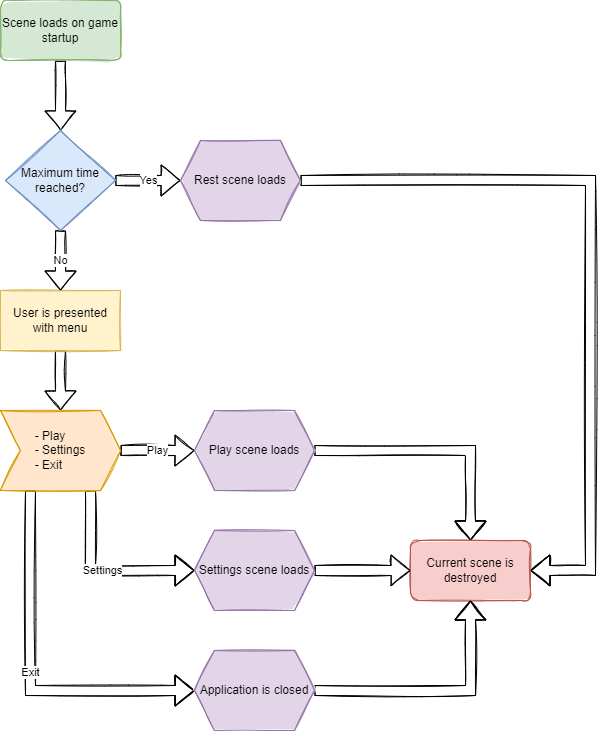
Above: Design/FlowDiagrams/HomeSceneFlow.png in zkturman/LumberTim (draw.io), before the change. Source tidied: cells renumbered, new cells last; positions are measured from the earlier drawing's top-left corner, leaving out a move shared by most shapes. The source it was exported from:
```xml
<mxGraphModel>
  <root>
    <mxCell id="0" />
    <mxCell id="1" parent="0" />
    <mxCell id="2" style="edgeStyle=orthogonalEdgeStyle;shape=flexArrow;rounded=0;sketch=1;jettySize=auto;html=1;exitX=0.5;exitY=1;exitDx=0;exitDy=0;entryX=0.5;entryY=0;entryDx=0;entryDy=0;" parent="1" edge="1" source="3" target="19">
      <mxGeometry relative="1" as="geometry" />
    </mxCell>
    <mxCell id="3" value="Scene loads on game startup" style="rounded=1;whiteSpace=wrap;html=1;fillColor=#d5e8d4;strokeColor=#82b366;sketch=1;fillStyle=solid;" parent="1" vertex="1">
      <mxGeometry width="120" height="60" as="geometry" />
    </mxCell>
    <mxCell id="4" style="edgeStyle=orthogonalEdgeStyle;shape=flexArrow;rounded=0;sketch=1;jettySize=auto;html=1;strokeColor=default;entryX=0.5;entryY=0;entryDx=0;entryDy=0;" parent="1" edge="1" source="5" target="9">
      <mxGeometry relative="1" as="geometry" />
    </mxCell>
    <mxCell id="5" value="User is presented with menu" style="rounded=0;whiteSpace=wrap;html=1;sketch=1;fillStyle=solid;fillColor=#fff2cc;strokeColor=#d6b656;" parent="1" vertex="1">
      <mxGeometry y="290" width="120" height="60" as="geometry" />
    </mxCell>
    <mxCell id="6" value="Play" style="edgeStyle=orthogonalEdgeStyle;rounded=0;jettySize=auto;html=1;exitX=1;exitY=0.5;exitDx=0;exitDy=0;entryX=0;entryY=0.5;entryDx=0;entryDy=0;shape=flexArrow;sketch=1;" parent="1" edge="1" source="9" target="11">
      <mxGeometry relative="1" as="geometry" />
    </mxCell>
    <mxCell id="7" value="Settings" style="edgeStyle=orthogonalEdgeStyle;shape=flexArrow;rounded=0;sketch=1;jettySize=auto;html=1;exitX=0.75;exitY=1;exitDx=0;exitDy=0;entryX=0;entryY=0.5;entryDx=0;entryDy=0;" parent="1" edge="1" source="9" target="14">
      <mxGeometry relative="1" as="geometry" />
    </mxCell>
    <mxCell id="8" value="Exit" style="edgeStyle=orthogonalEdgeStyle;shape=flexArrow;rounded=0;sketch=1;jettySize=auto;html=1;exitX=0.25;exitY=1;exitDx=0;exitDy=0;entryX=0;entryY=0.5;entryDx=0;entryDy=0;" parent="1" edge="1" source="9" target="16">
      <mxGeometry relative="1" as="geometry" />
    </mxCell>
    <mxCell id="9" value="&lt;div style=&quot;text-align: left&quot;&gt;&lt;span&gt;- Play&lt;/span&gt;&lt;br&gt;&lt;span&gt;- Settings&lt;/span&gt;&lt;br&gt;&lt;span&gt;- Exit&lt;/span&gt;&lt;br&gt;&lt;/div&gt;" style="shape=step;perimeter=stepPerimeter;whiteSpace=wrap;html=1;fixedSize=1;sketch=1;fillStyle=solid;fillColor=#ffe6cc;strokeColor=#d79b00;" parent="1" vertex="1">
      <mxGeometry y="410" width="120" height="80" as="geometry" />
    </mxCell>
    <mxCell id="10" style="edgeStyle=orthogonalEdgeStyle;shape=flexArrow;rounded=0;sketch=1;jettySize=auto;html=1;exitX=1;exitY=0.5;exitDx=0;exitDy=0;entryX=0.5;entryY=0;entryDx=0;entryDy=0;" parent="1" edge="1" source="11" target="12">
      <mxGeometry relative="1" as="geometry" />
    </mxCell>
    <mxCell id="11" value="Play scene loads" style="shape=hexagon;perimeter=hexagonPerimeter2;whiteSpace=wrap;html=1;fixedSize=1;sketch=1;fillStyle=solid;fillColor=#e1d5e7;strokeColor=#9673a6;" parent="1" vertex="1">
      <mxGeometry x="194" y="410" width="120" height="80" as="geometry" />
    </mxCell>
    <mxCell id="12" value="Current scene is destroyed" style="rounded=1;whiteSpace=wrap;html=1;fillColor=#f8cecc;strokeColor=#b85450;sketch=1;fillStyle=solid;" parent="1" vertex="1">
      <mxGeometry x="410" y="540" width="120" height="60" as="geometry" />
    </mxCell>
    <mxCell id="13" style="edgeStyle=orthogonalEdgeStyle;shape=flexArrow;rounded=0;sketch=1;jettySize=auto;html=1;exitX=1;exitY=0.5;exitDx=0;exitDy=0;entryX=0;entryY=0.5;entryDx=0;entryDy=0;" parent="1" edge="1" source="14" target="12">
      <mxGeometry relative="1" as="geometry" />
    </mxCell>
    <mxCell id="14" value="Settings scene loads" style="shape=hexagon;perimeter=hexagonPerimeter2;whiteSpace=wrap;html=1;fixedSize=1;sketch=1;fillStyle=solid;fillColor=#e1d5e7;strokeColor=#9673a6;" parent="1" vertex="1">
      <mxGeometry x="194" y="530" width="120" height="80" as="geometry" />
    </mxCell>
    <mxCell id="15" style="edgeStyle=orthogonalEdgeStyle;shape=flexArrow;rounded=0;sketch=1;jettySize=auto;html=1;exitX=1;exitY=0.5;exitDx=0;exitDy=0;entryX=0.5;entryY=1;entryDx=0;entryDy=0;" parent="1" edge="1" source="16" target="12">
      <mxGeometry relative="1" as="geometry" />
    </mxCell>
    <mxCell id="16" value="Application is closed" style="shape=hexagon;perimeter=hexagonPerimeter2;whiteSpace=wrap;html=1;fixedSize=1;sketch=1;fillStyle=solid;fillColor=#e1d5e7;strokeColor=#9673a6;" parent="1" vertex="1">
      <mxGeometry x="194" y="650" width="120" height="80" as="geometry" />
    </mxCell>
    <mxCell id="17" value="No" style="edgeStyle=orthogonalEdgeStyle;shape=flexArrow;rounded=0;sketch=1;jettySize=auto;html=1;exitX=0.5;exitY=1;exitDx=0;exitDy=0;entryX=0.5;entryY=0;entryDx=0;entryDy=0;" parent="1" edge="1" source="19" target="5">
      <mxGeometry relative="1" as="geometry" />
    </mxCell>
    <mxCell id="18" value="Yes" style="edgeStyle=orthogonalEdgeStyle;shape=flexArrow;rounded=0;sketch=1;jettySize=auto;html=1;exitX=1;exitY=0.5;exitDx=0;exitDy=0;" parent="1" edge="1" source="19">
      <mxGeometry relative="1" as="geometry">
        <mxPoint x="180" y="180" as="targetPoint" />
      </mxGeometry>
    </mxCell>
    <mxCell id="19" value="Maximum time reached?" style="rhombus;whiteSpace=wrap;html=1;fillColor=#dae8fc;strokeColor=#6c8ebf;rounded=0;sketch=1;fillStyle=solid;" parent="1" vertex="1">
      <mxGeometry x="5" y="130" width="110" height="100" as="geometry" />
    </mxCell>
    <mxCell id="20" style="edgeStyle=orthogonalEdgeStyle;shape=flexArrow;rounded=0;sketch=1;jettySize=auto;html=1;exitX=1;exitY=0.5;exitDx=0;exitDy=0;entryX=1;entryY=0.5;entryDx=0;entryDy=0;" parent="1" edge="1" source="21" target="12">
      <mxGeometry relative="1" as="geometry">
        <Array as="points">
          <mxPoint x="590" y="180" />
          <mxPoint x="590" y="570" />
        </Array>
      </mxGeometry>
    </mxCell>
    <mxCell id="21" value="Rest scene loads" style="shape=hexagon;perimeter=hexagonPerimeter2;whiteSpace=wrap;html=1;fixedSize=1;sketch=1;fillStyle=solid;fillColor=#e1d5e7;strokeColor=#9673a6;" parent="1" vertex="1">
      <mxGeometry x="180" y="140" width="120" height="80" as="geometry" />
    </mxCell>
  </root>
</mxGraphModel>
```
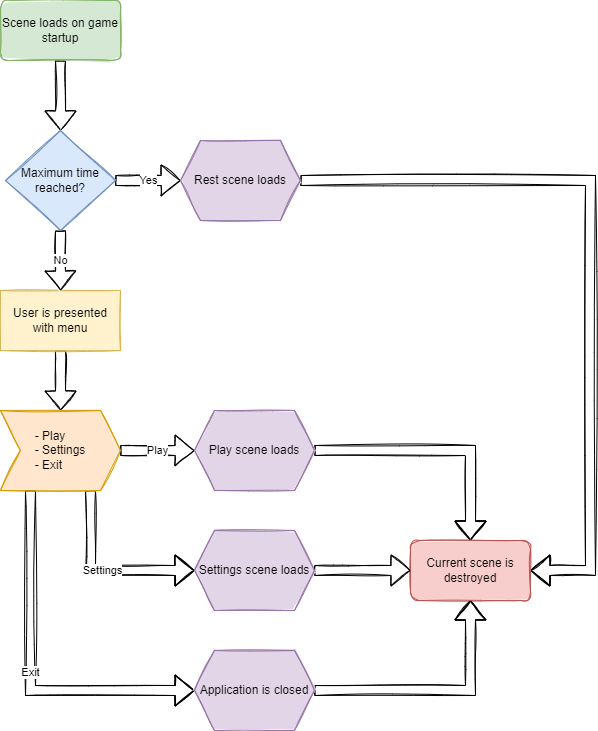
After the commit.

Commit message:
updating flow templates

The edit, as a diff of the source:
```diff
@@ -2,31 +2,31 @@
   <root>
     <mxCell id="0" />
     <mxCell id="1" parent="0" />
-    <mxCell id="2" style="edgeStyle=orthogonalEdgeStyle;shape=flexArrow;rounded=0;sketch=1;jettySize=auto;html=1;exitX=0.5;exitY=1;exitDx=0;exitDy=0;entryX=0.5;entryY=0;entryDx=0;entryDy=0;" parent="1" edge="1" source="3" target="19">
+    <mxCell id="2" style="edgeStyle=orthogonalEdgeStyle;shape=flexArrow;rounded=0;sketch=1;jettySize=auto;html=1;exitX=0.5;exitY=1;exitDx=0;exitDy=0;entryX=0.5;entryY=0;entryDx=0;entryDy=0;fillColor=default;" parent="1" edge="1" source="3" target="19">
       <mxGeometry relative="1" as="geometry" />
     </mxCell>
     <mxCell id="3" value="Scene loads on game startup" style="rounded=1;whiteSpace=wrap;html=1;fillColor=#d5e8d4;strokeColor=#82b366;sketch=1;fillStyle=solid;" parent="1" vertex="1">
       <mxGeometry width="120" height="60" as="geometry" />
     </mxCell>
-    <mxCell id="4" style="edgeStyle=orthogonalEdgeStyle;shape=flexArrow;rounded=0;sketch=1;jettySize=auto;html=1;strokeColor=default;entryX=0.5;entryY=0;entryDx=0;entryDy=0;" parent="1" edge="1" source="5" target="9">
+    <mxCell id="4" style="edgeStyle=orthogonalEdgeStyle;shape=flexArrow;rounded=0;sketch=1;jettySize=auto;html=1;strokeColor=default;entryX=0.5;entryY=0;entryDx=0;entryDy=0;fillColor=default;" parent="1" edge="1" source="5" target="9">
       <mxGeometry relative="1" as="geometry" />
     </mxCell>
     <mxCell id="5" value="User is presented with menu" style="rounded=0;whiteSpace=wrap;html=1;sketch=1;fillStyle=solid;fillColor=#fff2cc;strokeColor=#d6b656;" parent="1" vertex="1">
       <mxGeometry y="290" width="120" height="60" as="geometry" />
     </mxCell>
-    <mxCell id="6" value="Play" style="edgeStyle=orthogonalEdgeStyle;rounded=0;jettySize=auto;html=1;exitX=1;exitY=0.5;exitDx=0;exitDy=0;entryX=0;entryY=0.5;entryDx=0;entryDy=0;shape=flexArrow;sketch=1;" parent="1" edge="1" source="9" target="11">
+    <mxCell id="6" value="Play" style="edgeStyle=orthogonalEdgeStyle;rounded=0;jettySize=auto;html=1;exitX=1;exitY=0.5;exitDx=0;exitDy=0;entryX=0;entryY=0.5;entryDx=0;entryDy=0;shape=flexArrow;sketch=1;fillColor=default;" parent="1" edge="1" source="9" target="11">
       <mxGeometry relative="1" as="geometry" />
     </mxCell>
-    <mxCell id="7" value="Settings" style="edgeStyle=orthogonalEdgeStyle;shape=flexArrow;rounded=0;sketch=1;jettySize=auto;html=1;exitX=0.75;exitY=1;exitDx=0;exitDy=0;entryX=0;entryY=0.5;entryDx=0;entryDy=0;" parent="1" edge="1" source="9" target="14">
+    <mxCell id="7" value="Settings" style="edgeStyle=orthogonalEdgeStyle;shape=flexArrow;rounded=0;sketch=1;jettySize=auto;html=1;exitX=0.75;exitY=1;exitDx=0;exitDy=0;entryX=0;entryY=0.5;entryDx=0;entryDy=0;fillColor=default;" parent="1" edge="1" source="9" target="14">
       <mxGeometry relative="1" as="geometry" />
     </mxCell>
-    <mxCell id="8" value="Exit" style="edgeStyle=orthogonalEdgeStyle;shape=flexArrow;rounded=0;sketch=1;jettySize=auto;html=1;exitX=0.25;exitY=1;exitDx=0;exitDy=0;entryX=0;entryY=0.5;entryDx=0;entryDy=0;" parent="1" edge="1" source="9" target="16">
+    <mxCell id="8" value="Exit" style="edgeStyle=orthogonalEdgeStyle;shape=flexArrow;rounded=0;sketch=1;jettySize=auto;html=1;exitX=0.25;exitY=1;exitDx=0;exitDy=0;entryX=0;entryY=0.5;entryDx=0;entryDy=0;fillColor=default;" parent="1" edge="1" source="9" target="16">
       <mxGeometry relative="1" as="geometry" />
     </mxCell>
     <mxCell id="9" value="&lt;div style=&quot;text-align: left&quot;&gt;&lt;span&gt;- Play&lt;/span&gt;&lt;br&gt;&lt;span&gt;- Settings&lt;/span&gt;&lt;br&gt;&lt;span&gt;- Exit&lt;/span&gt;&lt;br&gt;&lt;/div&gt;" style="shape=step;perimeter=stepPerimeter;whiteSpace=wrap;html=1;fixedSize=1;sketch=1;fillStyle=solid;fillColor=#ffe6cc;strokeColor=#d79b00;" parent="1" vertex="1">
       <mxGeometry y="410" width="120" height="80" as="geometry" />
     </mxCell>
-    <mxCell id="10" style="edgeStyle=orthogonalEdgeStyle;shape=flexArrow;rounded=0;sketch=1;jettySize=auto;html=1;exitX=1;exitY=0.5;exitDx=0;exitDy=0;entryX=0.5;entryY=0;entryDx=0;entryDy=0;" parent="1" edge="1" source="11" target="12">
+    <mxCell id="10" style="edgeStyle=orthogonalEdgeStyle;shape=flexArrow;rounded=0;sketch=1;jettySize=auto;html=1;exitX=1;exitY=0.5;exitDx=0;exitDy=0;entryX=0.5;entryY=0;entryDx=0;entryDy=0;fillColor=default;" parent="1" edge="1" source="11" target="12">
       <mxGeometry relative="1" as="geometry" />
     </mxCell>
     <mxCell id="11" value="Play scene loads" style="shape=hexagon;perimeter=hexagonPerimeter2;whiteSpace=wrap;html=1;fixedSize=1;sketch=1;fillStyle=solid;fillColor=#e1d5e7;strokeColor=#9673a6;" parent="1" vertex="1">
@@ -35,22 +35,22 @@
     <mxCell id="12" value="Current scene is destroyed" style="rounded=1;whiteSpace=wrap;html=1;fillColor=#f8cecc;strokeColor=#b85450;sketch=1;fillStyle=solid;" parent="1" vertex="1">
       <mxGeometry x="410" y="540" width="120" height="60" as="geometry" />
     </mxCell>
-    <mxCell id="13" style="edgeStyle=orthogonalEdgeStyle;shape=flexArrow;rounded=0;sketch=1;jettySize=auto;html=1;exitX=1;exitY=0.5;exitDx=0;exitDy=0;entryX=0;entryY=0.5;entryDx=0;entryDy=0;" parent="1" edge="1" source="14" target="12">
+    <mxCell id="13" style="edgeStyle=orthogonalEdgeStyle;shape=flexArrow;rounded=0;sketch=1;jettySize=auto;html=1;exitX=1;exitY=0.5;exitDx=0;exitDy=0;entryX=0;entryY=0.5;entryDx=0;entryDy=0;fillColor=default;" parent="1" edge="1" source="14" target="12">
       <mxGeometry relative="1" as="geometry" />
     </mxCell>
     <mxCell id="14" value="Settings scene loads" style="shape=hexagon;perimeter=hexagonPerimeter2;whiteSpace=wrap;html=1;fixedSize=1;sketch=1;fillStyle=solid;fillColor=#e1d5e7;strokeColor=#9673a6;" parent="1" vertex="1">
       <mxGeometry x="194" y="530" width="120" height="80" as="geometry" />
     </mxCell>
-    <mxCell id="15" style="edgeStyle=orthogonalEdgeStyle;shape=flexArrow;rounded=0;sketch=1;jettySize=auto;html=1;exitX=1;exitY=0.5;exitDx=0;exitDy=0;entryX=0.5;entryY=1;entryDx=0;entryDy=0;" parent="1" edge="1" source="16" target="12">
+    <mxCell id="15" style="edgeStyle=orthogonalEdgeStyle;shape=flexArrow;rounded=0;sketch=1;jettySize=auto;html=1;exitX=1;exitY=0.5;exitDx=0;exitDy=0;entryX=0.5;entryY=1;entryDx=0;entryDy=0;fillColor=default;" parent="1" edge="1" source="16" target="12">
       <mxGeometry relative="1" as="geometry" />
     </mxCell>
     <mxCell id="16" value="Application is closed" style="shape=hexagon;perimeter=hexagonPerimeter2;whiteSpace=wrap;html=1;fixedSize=1;sketch=1;fillStyle=solid;fillColor=#e1d5e7;strokeColor=#9673a6;" parent="1" vertex="1">
       <mxGeometry x="194" y="650" width="120" height="80" as="geometry" />
     </mxCell>
-    <mxCell id="17" value="No" style="edgeStyle=orthogonalEdgeStyle;shape=flexArrow;rounded=0;sketch=1;jettySize=auto;html=1;exitX=0.5;exitY=1;exitDx=0;exitDy=0;entryX=0.5;entryY=0;entryDx=0;entryDy=0;" parent="1" edge="1" source="19" target="5">
+    <mxCell id="17" value="No" style="edgeStyle=orthogonalEdgeStyle;shape=flexArrow;rounded=0;sketch=1;jettySize=auto;html=1;exitX=0.5;exitY=1;exitDx=0;exitDy=0;entryX=0.5;entryY=0;entryDx=0;entryDy=0;fillColor=default;" parent="1" edge="1" source="19" target="5">
       <mxGeometry relative="1" as="geometry" />
     </mxCell>
-    <mxCell id="18" value="Yes" style="edgeStyle=orthogonalEdgeStyle;shape=flexArrow;rounded=0;sketch=1;jettySize=auto;html=1;exitX=1;exitY=0.5;exitDx=0;exitDy=0;" parent="1" edge="1" source="19">
+    <mxCell id="18" value="Yes" style="edgeStyle=orthogonalEdgeStyle;shape=flexArrow;rounded=0;sketch=1;jettySize=auto;html=1;exitX=1;exitY=0.5;exitDx=0;exitDy=0;fillColor=default;" parent="1" edge="1" source="19">
       <mxGeometry relative="1" as="geometry">
         <mxPoint x="180" y="180" as="targetPoint" />
       </mxGeometry>
@@ -58,7 +58,7 @@
     <mxCell id="19" value="Maximum time reached?" style="rhombus;whiteSpace=wrap;html=1;fillColor=#dae8fc;strokeColor=#6c8ebf;rounded=0;sketch=1;fillStyle=solid;" parent="1" vertex="1">
       <mxGeometry x="5" y="130" width="110" height="100" as="geometry" />
     </mxCell>
-    <mxCell id="20" style="edgeStyle=orthogonalEdgeStyle;shape=flexArrow;rounded=0;sketch=1;jettySize=auto;html=1;exitX=1;exitY=0.5;exitDx=0;exitDy=0;entryX=1;entryY=0.5;entryDx=0;entryDy=0;" parent="1" edge="1" source="21" target="12">
+    <mxCell id="20" style="edgeStyle=orthogonalEdgeStyle;shape=flexArrow;rounded=0;sketch=1;jettySize=auto;html=1;exitX=1;exitY=0.5;exitDx=0;exitDy=0;entryX=1;entryY=0.5;entryDx=0;entryDy=0;fillColor=default;" parent="1" edge="1" source="21" target="12">
       <mxGeometry relative="1" as="geometry">
         <Array as="points">
           <mxPoint x="590" y="180" />
```
